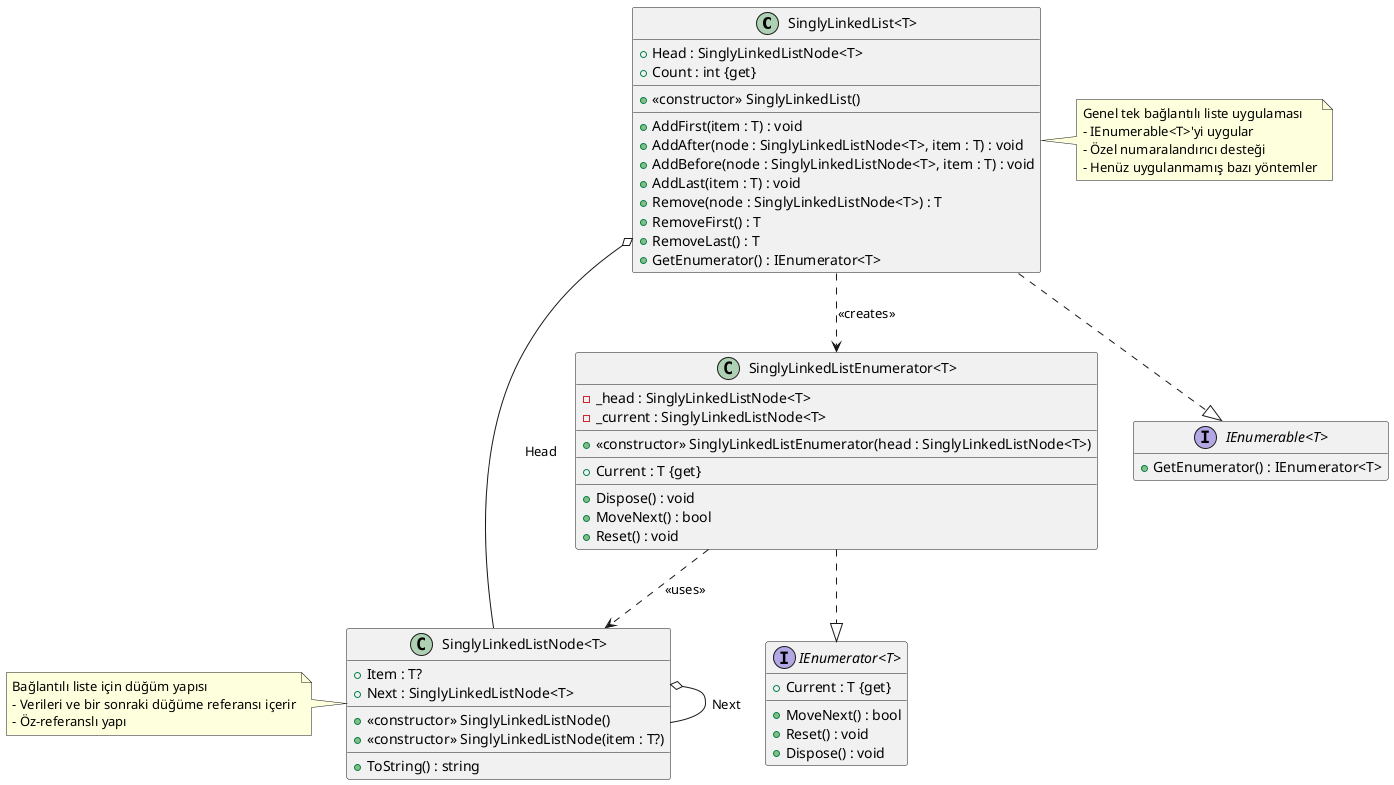
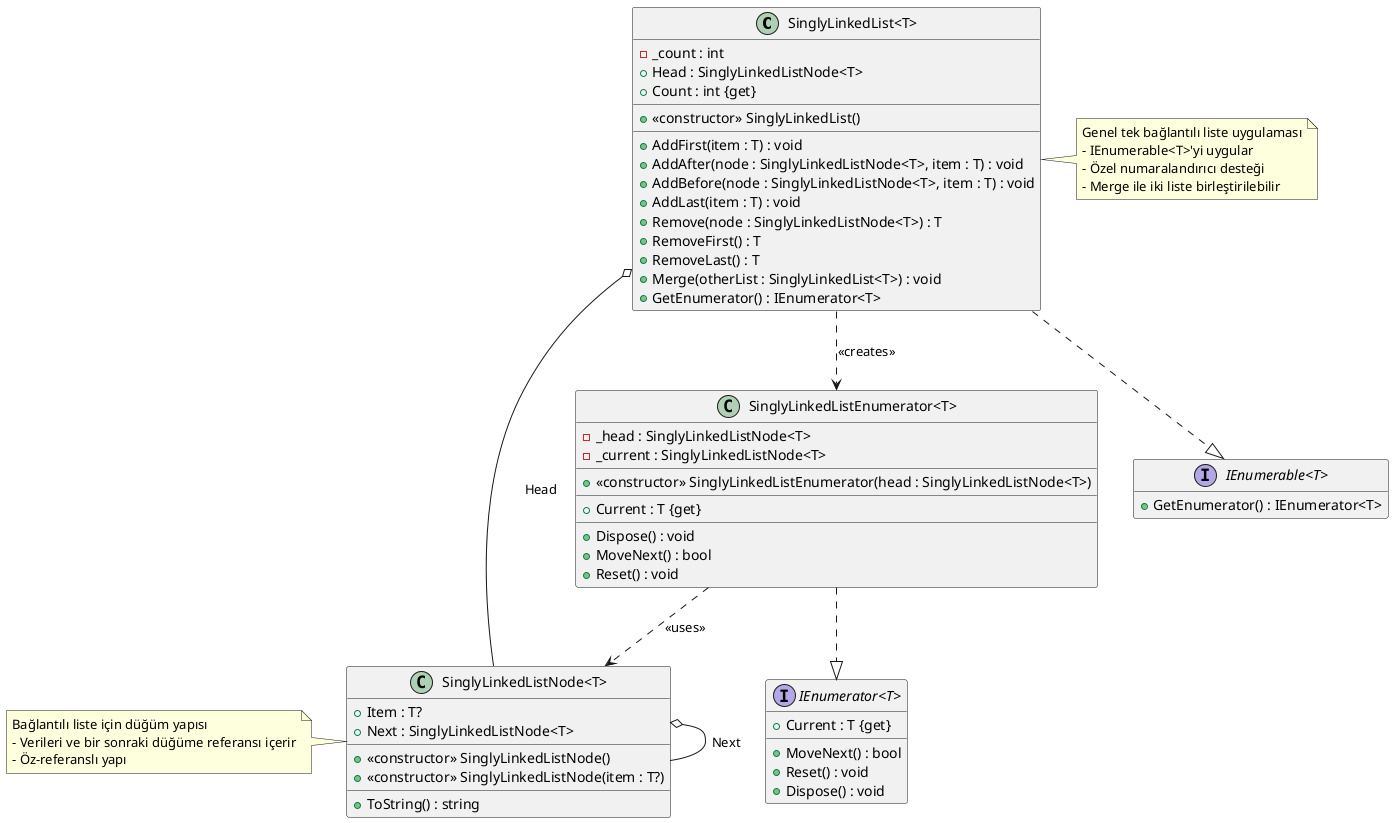
@startuml SinglyLinkedList

class "SinglyLinkedList<T>" {
+     - _count : int
    + Head : SinglyLinkedListNode<T>
    + Count : int {get}
    __
    + <<constructor>> SinglyLinkedList()
    __
    + AddFirst(item : T) : void
    + AddAfter(node : SinglyLinkedListNode<T>, item : T) : void
    + AddBefore(node : SinglyLinkedListNode<T>, item : T) : void
    + AddLast(item : T) : void
    + Remove(node : SinglyLinkedListNode<T>) : T
    + RemoveFirst() : T
    + RemoveLast() : T
+     + Merge(otherList : SinglyLinkedList<T>) : void
    + GetEnumerator() : IEnumerator<T>
}

class "SinglyLinkedListNode<T>" {
    + Item : T?
    + Next : SinglyLinkedListNode<T>
    __
    + <<constructor>> SinglyLinkedListNode()
    + <<constructor>> SinglyLinkedListNode(item : T?)
    __
    + ToString() : string
}

class "SinglyLinkedListEnumerator<T>" {
    - _head : SinglyLinkedListNode<T>
    - _current : SinglyLinkedListNode<T>
    __
    + <<constructor>> SinglyLinkedListEnumerator(head : SinglyLinkedListNode<T>)
    __
    + Current : T {get}
    __
    + Dispose() : void
    + MoveNext() : bool
    + Reset() : void
}

interface "IEnumerable<T>" {
    + GetEnumerator() : IEnumerator<T>
}

interface "IEnumerator<T>" {
    + Current : T {get}
    + MoveNext() : bool
    + Reset() : void
    + Dispose() : void
}

"SinglyLinkedList<T>" ..|> "IEnumerable<T>"
"SinglyLinkedListEnumerator<T>" ..|> "IEnumerator<T>"

"SinglyLinkedList<T>" o-- "SinglyLinkedListNode<T>" : Head
"SinglyLinkedListNode<T>" o-- "SinglyLinkedListNode<T>" : Next
"SinglyLinkedList<T>" ..> "SinglyLinkedListEnumerator<T>" : <<creates>>
"SinglyLinkedListEnumerator<T>" ..> "SinglyLinkedListNode<T>" : <<uses>>

note right of "SinglyLinkedList<T>"
    Genel tek bağlantılı liste uygulaması
    - IEnumerable<T>'yi uygular
    - Özel numaralandırıcı desteği
-     - Henüz uygulanmamış bazı yöntemler
+     - Merge ile iki liste birleştirilebilir
end note

note left of "SinglyLinkedListNode<T>"
    Bağlantılı liste için düğüm yapısı
    - Verileri ve bir sonraki düğüme referansı içerir
    - Öz-referanslı yapı
end note

hide empty members

@enduml
